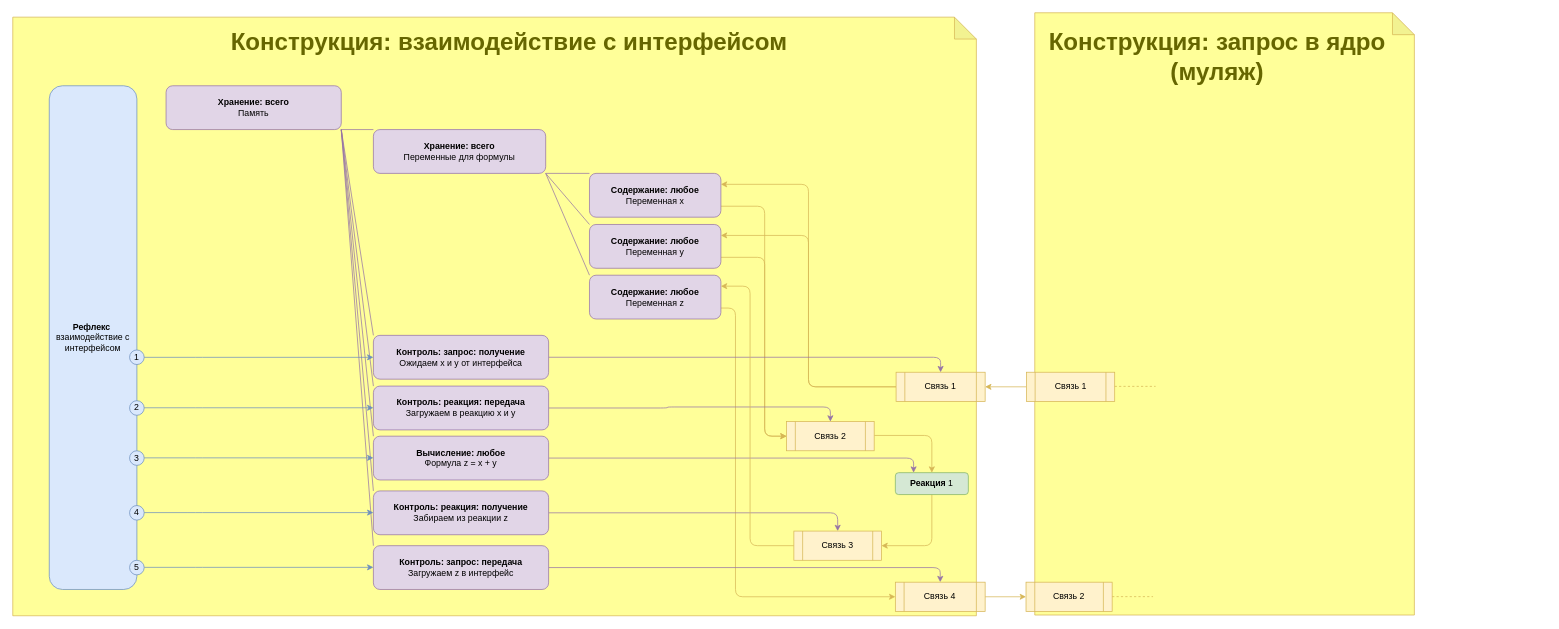
Before: Картинки/Взаимодействие ядра.drawio in it-architector/invention.csdr, a draw.io diagram. Source tidied: cells renumbered, new cells numbered last; positions are measured from the earlier drawing's top-left corner, leaving out a move shared by most shapes. Both pictures are drawn from the tidied source at 73%, with x=0, y=0 at pixel (12, 12).
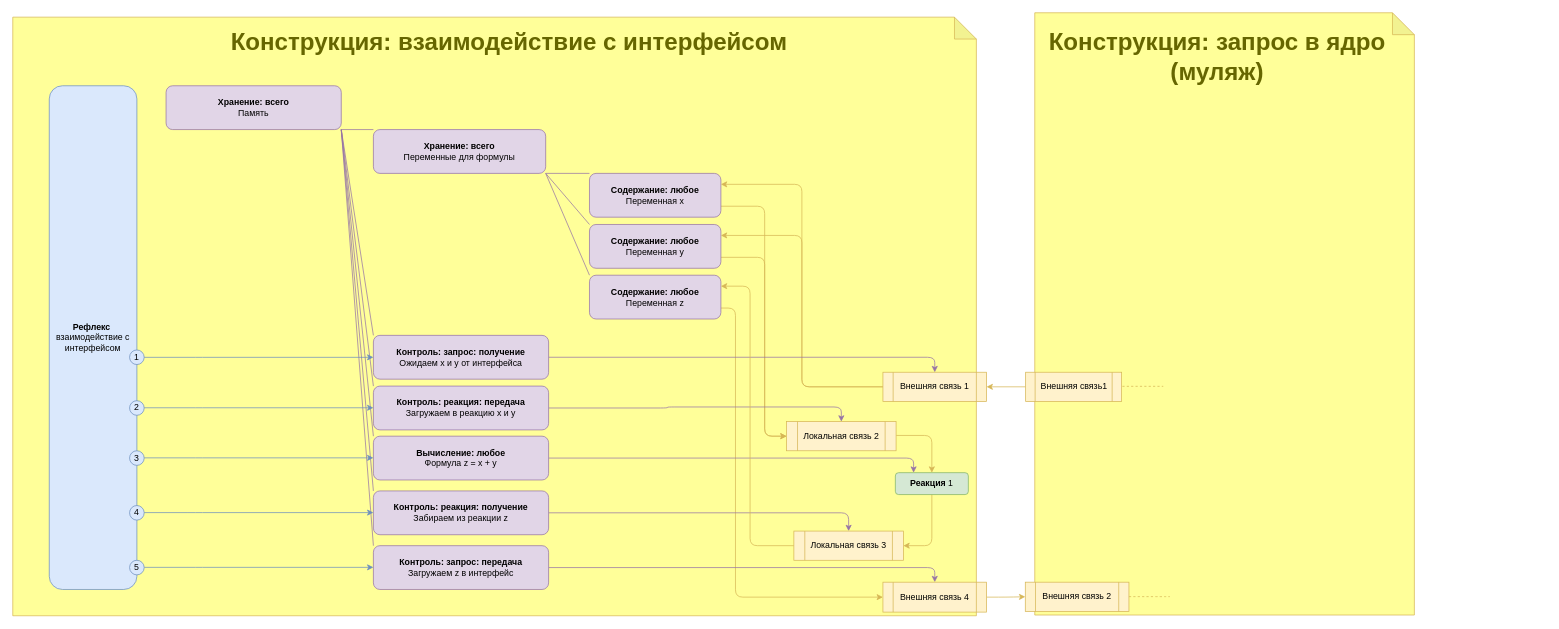
Above is the later version.

Commit message (it also covers changes not shown here):
Внешняя и внутренняя связь

The edit, as a diff of the source:
```diff
@@
-    <mxCell id="18" value="Связь 1" style="shape=process;whiteSpace=wrap;html=1;backgroundOutline=1;fillColor=#fff2cc;strokeColor=#D6B656;" parent="1" vertex="1">
-      <mxGeometry x="1210" y="492.4" width="122" height="40" as="geometry" />
+    <mxCell id="18" value="Внешняя связь 1" style="shape=process;whiteSpace=wrap;html=1;backgroundOutline=1;fillColor=#fff2cc;strokeColor=#D6B656;" parent="1" vertex="1">
+      <mxGeometry x="1192" y="492.4" width="142" height="40" as="geometry" />
     </mxCell>
@@
-    <mxCell id="41" value="Связь 2" style="shape=process;whiteSpace=wrap;html=1;backgroundOutline=1;fillColor=#fff2cc;strokeColor=#D6B656;" parent="1" vertex="1">
-      <mxGeometry x="1060" y="560" width="120" height="40" as="geometry" />
+    <mxCell id="41" value="Локальная связь 2" style="shape=process;whiteSpace=wrap;html=1;backgroundOutline=1;fillColor=#fff2cc;strokeColor=#D6B656;" parent="1" vertex="1">
+      <mxGeometry x="1060" y="560" width="150" height="40" as="geometry" />
     </mxCell>
@@
-    <mxCell id="43" value="Связь 3" style="shape=process;whiteSpace=wrap;html=1;backgroundOutline=1;fillColor=#fff2cc;strokeColor=#D6B656;" parent="1" vertex="1">
-      <mxGeometry x="1070" y="710" width="120" height="40" as="geometry" />
+    <mxCell id="43" value="Локальная связь 3" style="shape=process;whiteSpace=wrap;html=1;backgroundOutline=1;fillColor=#fff2cc;strokeColor=#D6B656;" parent="1" vertex="1">
+      <mxGeometry x="1070" y="710" width="150" height="40" as="geometry" />
     </mxCell>
@@
-    <mxCell id="45" value="Связь 4" style="shape=process;whiteSpace=wrap;html=1;backgroundOutline=1;fillColor=#fff2cc;strokeColor=#D6B656;" parent="1" vertex="1">
-      <mxGeometry x="1209" y="780" width="123" height="40" as="geometry" />
+    <mxCell id="45" value="Внешняя связь 4" style="shape=process;whiteSpace=wrap;html=1;backgroundOutline=1;fillColor=#fff2cc;strokeColor=#D6B656;" parent="1" vertex="1">
+      <mxGeometry x="1192" y="780" width="142" height="41" as="geometry" />
     </mxCell>
@@
-    <mxCell id="55" value="Связь 1" style="shape=process;whiteSpace=wrap;html=1;backgroundOutline=1;fillColor=#fff2cc;strokeColor=#D6B656;" parent="1" vertex="1">
-      <mxGeometry x="1388.5" y="492.4" width="121" height="40" as="geometry" />
+    <mxCell id="55" value="Внешняя связь1" style="shape=process;whiteSpace=wrap;html=1;backgroundOutline=1;fillColor=#fff2cc;strokeColor=#D6B656;" parent="1" vertex="1">
+      <mxGeometry x="1387.5" y="492.4" width="131.5" height="40" as="geometry" />
     </mxCell>
-    <mxCell id="56" value="Связь 2" style="shape=process;whiteSpace=wrap;html=1;backgroundOutline=1;fillColor=#fff2cc;strokeColor=#D6B656;" parent="1" vertex="1">
-      <mxGeometry x="1388" y="780" width="118" height="40" as="geometry" />
+    <mxCell id="56" value="Внешняя связь 2" style="shape=process;whiteSpace=wrap;html=1;backgroundOutline=1;fillColor=#fff2cc;strokeColor=#D6B656;" parent="1" vertex="1">
+      <mxGeometry x="1387" y="780" width="142" height="40" as="geometry" />
     </mxCell>
@@
     <mxCell id="59" style="edgeStyle=orthogonalEdgeStyle;orthogonalLoop=1;jettySize=auto;html=1;exitX=1;exitY=0.5;exitDx=0;exitDy=0;entryX=0;entryY=0.5;entryDx=0;entryDy=0;endArrow=none;endFill=0;strokeColor=#D6B656;dashed=1;" parent="1" edge="1">
       <mxGeometry relative="1" as="geometry">
-        <mxPoint x="1506" y="799.8" as="sourcePoint" />
-        <mxPoint x="1562" y="799.8" as="targetPoint" />
+        <mxPoint x="1529" y="799.8" as="sourcePoint" />
+        <mxPoint x="1585" y="799.8" as="targetPoint" />
+        <Array as="points">
+          <mxPoint x="1573" y="800" />
+          <mxPoint x="1573" y="800" />
+        </Array>
       </mxGeometry>
     </mxCell>
     <mxCell id="60" style="edgeStyle=orthogonalEdgeStyle;orthogonalLoop=1;jettySize=auto;html=1;exitX=1;exitY=0.5;exitDx=0;exitDy=0;entryX=0;entryY=0.5;entryDx=0;entryDy=0;endArrow=none;endFill=0;strokeColor=#D6B656;dashed=1;" parent="1" edge="1">
       <mxGeometry relative="1" as="geometry">
-        <mxPoint x="1509.5" y="511.8" as="sourcePoint" />
-        <mxPoint x="1565.5" y="511.8" as="targetPoint" />
+        <mxPoint x="1520" y="511.7" as="sourcePoint" />
+        <mxPoint x="1576" y="511.7" as="targetPoint" />
       </mxGeometry>
     </mxCell>
```
